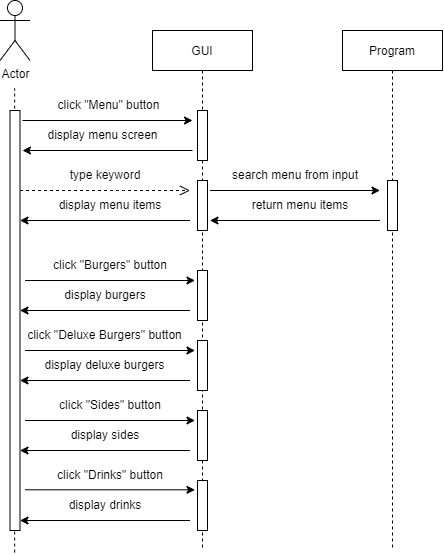
Before: diagrams/Menu Search Sequence Diagram.drawio.png, a diagram exported from draw.io (Midknightsnack/CPSC-254-Project). Source tidied: cells renumbered, new cells last; positions are measured from the earlier drawing's top-left corner, leaving out a move shared by most shapes.
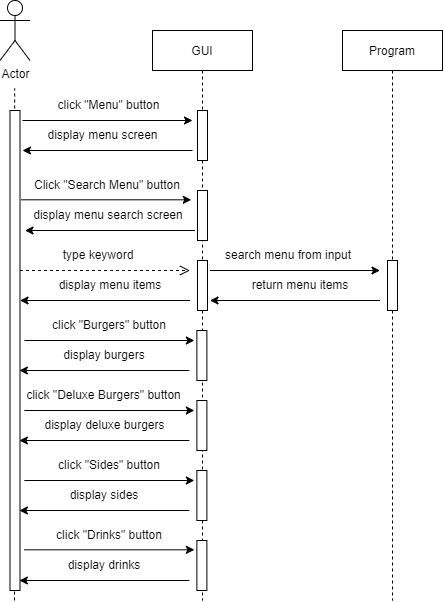
Above is the later version.

Commit message:
updating menu sequence diagram

Diff of the diagram source:
```diff
@@ -2,57 +2,78 @@
   <root>
     <mxCell id="0" />
     <mxCell id="1" parent="0" />
-    <mxCell id="2" style="endArrow=none;dashed=1;html=1;rounded=0;" parent="1" edge="1">
+    <mxCell id="2" style="endArrow=none;dashed=1;html=1;rounded=0;startArrow=none;" parent="1" edge="1">
       <mxGeometry relative="1" as="geometry">
-        <mxPoint x="14.2" y="552.1" as="sourcePoint" />
+        <mxPoint x="14" y="600" as="sourcePoint" />
         <mxPoint x="14.2" y="87.9" as="targetPoint" />
       </mxGeometry>
     </mxCell>
     <mxCell id="3" value="GUI" style="shape=umlLifeline;perimeter=lifelinePerimeter;rounded=0;shadow=0;strokeWidth=1;" parent="1" vertex="1">
-      <mxGeometry x="152" y="30" width="100" height="520" as="geometry" />
+      <mxGeometry x="152" y="30" width="100" height="570" as="geometry" />
     </mxCell>
     <mxCell id="4" style="perimeter=orthogonalPerimeter;rounded=0;shadow=0;strokeWidth=1;" parent="3" vertex="1">
-      <mxGeometry x="45" y="150" width="10" height="50" as="geometry" />
+      <mxGeometry x="45" y="230" width="10" height="50" as="geometry" />
     </mxCell>
     <mxCell id="5" style="endArrow=classic;html=1;rounded=0;" parent="3" edge="1">
       <mxGeometry relative="1" as="geometry">
-        <mxPoint x="-127.5" y="250" as="sourcePoint" />
-        <mxPoint x="42.5" y="250" as="targetPoint" />
+        <mxPoint x="-128.1" y="310" as="sourcePoint" />
+        <mxPoint x="41.9" y="310" as="targetPoint" />
       </mxGeometry>
     </mxCell>
     <mxCell id="6" style="perimeter=orthogonalPerimeter;rounded=0;shadow=0;strokeWidth=1;" parent="3" vertex="1">
-      <mxGeometry x="45" y="450" width="10" height="50" as="geometry" />
+      <mxGeometry x="44.4" y="510" width="10" height="50" as="geometry" />
     </mxCell>
     <mxCell id="7" style="endArrow=classic;html=1;rounded=0;" parent="3" edge="1">
       <mxGeometry relative="1" as="geometry">
-        <mxPoint x="37.5" y="350" as="sourcePoint" />
-        <mxPoint x="-132.5" y="350" as="targetPoint" />
+        <mxPoint x="36.9" y="410" as="sourcePoint" />
+        <mxPoint x="-133.1" y="410" as="targetPoint" />
       </mxGeometry>
     </mxCell>
     <mxCell id="8" style="endArrow=classic;html=1;rounded=0;" parent="3" edge="1">
       <mxGeometry relative="1" as="geometry">
-        <mxPoint x="37.5" y="490" as="sourcePoint" />
-        <mxPoint x="-132.5" y="490" as="targetPoint" />
+        <mxPoint x="36.9" y="550" as="sourcePoint" />
+        <mxPoint x="-133.1" y="550" as="targetPoint" />
       </mxGeometry>
     </mxCell>
     <mxCell id="9" style="perimeter=orthogonalPerimeter;rounded=0;shadow=0;strokeWidth=1;" parent="3" vertex="1">
       <mxGeometry x="45" y="80" width="10" height="50" as="geometry" />
     </mxCell>
     <mxCell id="10" style="perimeter=orthogonalPerimeter;rounded=0;shadow=0;strokeWidth=1;" parent="3" vertex="1">
-      <mxGeometry x="45" y="380" width="10" height="50" as="geometry" />
+      <mxGeometry x="44.4" y="440" width="10" height="50" as="geometry" />
     </mxCell>
     <mxCell id="11" style="perimeter=orthogonalPerimeter;rounded=0;shadow=0;strokeWidth=1;" parent="3" vertex="1">
-      <mxGeometry x="45" y="310" width="10" height="50" as="geometry" />
+      <mxGeometry x="44.4" y="370" width="10" height="50" as="geometry" />
     </mxCell>
     <mxCell id="12" style="perimeter=orthogonalPerimeter;rounded=0;shadow=0;strokeWidth=1;" parent="3" vertex="1">
-      <mxGeometry x="45" y="240" width="10" height="50" as="geometry" />
+      <mxGeometry x="44.4" y="300" width="10" height="50" as="geometry" />
     </mxCell>
+    <mxCell id="43" value="Click &quot;Search Menu&quot; button" style="text;html=1;strokeColor=none;fillColor=none;align=center;verticalAlign=middle;whiteSpace=wrap;rounded=0;" parent="3" vertex="1">
+      <mxGeometry x="-120" y="140" width="150" height="30" as="geometry" />
+    </mxCell>
+    <mxCell id="44" value="display menu search screen" style="text;html=1;strokeColor=none;fillColor=none;align=center;verticalAlign=middle;whiteSpace=wrap;rounded=0;" parent="3" vertex="1">
+      <mxGeometry x="-127.5" y="170" width="166.2" height="30" as="geometry" />
+    </mxCell>
+    <mxCell id="45" style="endArrow=classic;html=1;rounded=0;" parent="3" edge="1">
+      <mxGeometry relative="1" as="geometry">
+        <mxPoint x="-131.2" y="169.3" as="sourcePoint" />
+        <mxPoint x="38.8" y="169.3" as="targetPoint" />
+      </mxGeometry>
+    </mxCell>
+    <mxCell id="46" style="endArrow=classic;html=1;rounded=0;" parent="3" edge="1">
+      <mxGeometry relative="1" as="geometry">
+        <mxPoint x="42.5" y="200" as="sourcePoint" />
+        <mxPoint x="-127.5" y="200" as="targetPoint" />
+      </mxGeometry>
+    </mxCell>
+    <mxCell id="47" style="perimeter=orthogonalPerimeter;rounded=0;shadow=0;strokeWidth=1;" parent="3" vertex="1">
+      <mxGeometry x="45" y="160" width="10" height="50" as="geometry" />
+    </mxCell>
     <mxCell id="13" style="verticalAlign=bottom;endArrow=open;dashed=1;endSize=8;shadow=0;strokeWidth=1;" parent="1" edge="1">
       <mxGeometry x="0.09" y="126" relative="1" as="geometry">
-        <mxPoint x="19.5" y="190" as="sourcePoint" />
-        <mxPoint x="189.5" y="190" as="targetPoint" />
+        <mxPoint x="19.5" y="270" as="sourcePoint" />
+        <mxPoint x="189.5" y="270" as="targetPoint" />
         <Array as="points">
-          <mxPoint x="119.5" y="190" />
+          <mxPoint x="119.5" y="270" />
         </Array>
       </mxGeometry>
     </mxCell>
@@ -60,101 +81,93 @@
       <mxGeometry x="-0.5" width="30" height="60" as="geometry" />
     </mxCell>
     <mxCell id="15" value="type keyword" style="text;html=1;strokeColor=none;fillColor=none;align=center;verticalAlign=middle;whiteSpace=wrap;rounded=0;" parent="1" vertex="1">
-      <mxGeometry x="64.5" y="160" width="80" height="30" as="geometry" />
+      <mxGeometry x="58.2" y="240" width="80" height="30" as="geometry" />
     </mxCell>
     <mxCell id="16" style="endArrow=classic;html=1;rounded=0;" parent="1" edge="1">
       <mxGeometry relative="1" as="geometry">
-        <mxPoint x="189.5" y="220" as="sourcePoint" />
-        <mxPoint x="19.5" y="220" as="targetPoint" />
+        <mxPoint x="189.5" y="300" as="sourcePoint" />
+        <mxPoint x="19.5" y="300" as="targetPoint" />
       </mxGeometry>
     </mxCell>
     <mxCell id="17" value="display menu items" style="text;html=1;strokeColor=none;fillColor=none;align=center;verticalAlign=middle;whiteSpace=wrap;rounded=0;" parent="1" vertex="1">
-      <mxGeometry x="49.5" y="190" width="120" height="30" as="geometry" />
+      <mxGeometry x="49.5" y="270" width="120" height="30" as="geometry" />
     </mxCell>
     <mxCell id="18" value="Program" style="shape=umlLifeline;perimeter=lifelinePerimeter;rounded=0;shadow=0;strokeWidth=1;" parent="1" vertex="1">
-      <mxGeometry x="342" y="30" width="100" height="520" as="geometry" />
+      <mxGeometry x="342" y="30" width="100" height="570" as="geometry" />
     </mxCell>
     <mxCell id="19" style="perimeter=orthogonalPerimeter;rounded=0;shadow=0;strokeWidth=1;" parent="18" vertex="1">
-      <mxGeometry x="45" y="150" width="10" height="50" as="geometry" />
+      <mxGeometry x="45" y="230" width="10" height="50" as="geometry" />
     </mxCell>
     <mxCell id="20" style="endArrow=classic;html=1;rounded=0;" parent="18" edge="1">
       <mxGeometry relative="1" as="geometry">
-        <mxPoint x="37.5" y="190" as="sourcePoint" />
-        <mxPoint x="-132.5" y="190" as="targetPoint" />
+        <mxPoint x="37.5" y="270" as="sourcePoint" />
+        <mxPoint x="-132.5" y="270" as="targetPoint" />
       </mxGeometry>
     </mxCell>
     <mxCell id="21" style="endArrow=classic;html=1;rounded=0;" parent="1" edge="1">
       <mxGeometry relative="1" as="geometry">
-        <mxPoint x="209.5" y="190" as="sourcePoint" />
-        <mxPoint x="379.5" y="190" as="targetPoint" />
+        <mxPoint x="209.5" y="270" as="sourcePoint" />
+        <mxPoint x="379.5" y="270" as="targetPoint" />
       </mxGeometry>
     </mxCell>
     <mxCell id="22" value="search menu from input" style="text;html=1;strokeColor=none;fillColor=none;align=center;verticalAlign=middle;whiteSpace=wrap;rounded=0;" parent="1" vertex="1">
-      <mxGeometry x="229.5" y="160" width="130" height="30" as="geometry" />
+      <mxGeometry x="223.2" y="240" width="130" height="30" as="geometry" />
     </mxCell>
     <mxCell id="23" value="return menu items" style="text;html=1;strokeColor=none;fillColor=none;align=center;verticalAlign=middle;whiteSpace=wrap;rounded=0;" parent="1" vertex="1">
-      <mxGeometry x="239.5" y="190" width="120" height="30" as="geometry" />
+      <mxGeometry x="239.5" y="270" width="120" height="30" as="geometry" />
     </mxCell>
-    <mxCell id="24" style="endArrow=none;dashed=1;html=1;dashPattern=1 3;strokeWidth=2;rounded=0;startArrow=none;" parent="1" edge="1" source="25">
-      <mxGeometry relative="1" as="geometry">
-        <mxPoint x="14.5" y="230" as="targetPoint" />
-      </mxGeometry>
-    </mxCell>
-    <mxCell id="25" style="points=[];perimeter=orthogonalPerimeter;rounded=0;shadow=0;strokeWidth=1;" parent="1" vertex="1">
-      <mxGeometry x="9.5" y="110" width="10" height="420" as="geometry" />
-    </mxCell>
     <mxCell id="26" value="click &quot;Burgers&quot; button" style="text;html=1;strokeColor=none;fillColor=none;align=center;verticalAlign=middle;whiteSpace=wrap;rounded=0;" parent="1" vertex="1">
-      <mxGeometry x="44.5" y="250" width="130" height="30" as="geometry" />
+      <mxGeometry x="43.9" y="310" width="130" height="30" as="geometry" />
     </mxCell>
     <mxCell id="27" value="display burgers" style="text;html=1;strokeColor=none;fillColor=none;align=center;verticalAlign=middle;whiteSpace=wrap;rounded=0;" parent="1" vertex="1">
-      <mxGeometry x="44.5" y="280" width="120" height="30" as="geometry" />
+      <mxGeometry x="43.9" y="340" width="120" height="30" as="geometry" />
     </mxCell>
     <mxCell id="28" style="endArrow=classic;html=1;rounded=0;" parent="1" edge="1">
       <mxGeometry relative="1" as="geometry">
-        <mxPoint x="189.5" y="310" as="sourcePoint" />
-        <mxPoint x="19.5" y="310" as="targetPoint" />
+        <mxPoint x="188.9" y="370" as="sourcePoint" />
+        <mxPoint x="18.9" y="370" as="targetPoint" />
       </mxGeometry>
     </mxCell>
     <mxCell id="29" value="click &quot;Deluxe Burgers&quot; button" style="text;html=1;strokeColor=none;fillColor=none;align=center;verticalAlign=middle;whiteSpace=wrap;rounded=0;" parent="1" vertex="1">
-      <mxGeometry x="22" y="320" width="165" height="30" as="geometry" />
+      <mxGeometry x="21.4" y="380" width="165" height="30" as="geometry" />
     </mxCell>
     <mxCell id="30" value="display deluxe burgers" style="text;html=1;strokeColor=none;fillColor=none;align=center;verticalAlign=middle;whiteSpace=wrap;rounded=0;" parent="1" vertex="1">
-      <mxGeometry x="38.2" y="350" width="132.5" height="30" as="geometry" />
+      <mxGeometry x="37.6" y="410" width="132.5" height="30" as="geometry" />
     </mxCell>
     <mxCell id="31" value="click &quot;Sides&quot; button" style="text;html=1;strokeColor=none;fillColor=none;align=center;verticalAlign=middle;whiteSpace=wrap;rounded=0;" parent="1" vertex="1">
-      <mxGeometry x="44.5" y="390" width="130" height="30" as="geometry" />
+      <mxGeometry x="43.9" y="450" width="130" height="30" as="geometry" />
     </mxCell>
     <mxCell id="32" value="display sides" style="text;html=1;strokeColor=none;fillColor=none;align=center;verticalAlign=middle;whiteSpace=wrap;rounded=0;" parent="1" vertex="1">
-      <mxGeometry x="44.5" y="420" width="120" height="30" as="geometry" />
+      <mxGeometry x="43.9" y="480" width="120" height="30" as="geometry" />
     </mxCell>
     <mxCell id="33" value="click &quot;Drinks&quot; button" style="text;html=1;strokeColor=none;fillColor=none;align=center;verticalAlign=middle;whiteSpace=wrap;rounded=0;" parent="1" vertex="1">
-      <mxGeometry x="44.5" y="460" width="130" height="30" as="geometry" />
+      <mxGeometry x="43.9" y="520" width="130" height="30" as="geometry" />
     </mxCell>
     <mxCell id="34" value="display drinks" style="text;html=1;strokeColor=none;fillColor=none;align=center;verticalAlign=middle;whiteSpace=wrap;rounded=0;" parent="1" vertex="1">
-      <mxGeometry x="44.5" y="490" width="120" height="30" as="geometry" />
+      <mxGeometry x="43.9" y="550" width="120" height="30" as="geometry" />
     </mxCell>
     <mxCell id="35" style="endArrow=classic;html=1;rounded=0;" parent="1" edge="1">
       <mxGeometry relative="1" as="geometry">
-        <mxPoint x="24.5" y="350" as="sourcePoint" />
-        <mxPoint x="194.5" y="350" as="targetPoint" />
+        <mxPoint x="23.9" y="410" as="sourcePoint" />
+        <mxPoint x="193.9" y="410" as="targetPoint" />
       </mxGeometry>
     </mxCell>
     <mxCell id="36" style="endArrow=classic;html=1;rounded=0;" parent="1" edge="1">
       <mxGeometry relative="1" as="geometry">
-        <mxPoint x="24.5" y="420" as="sourcePoint" />
-        <mxPoint x="194.5" y="420" as="targetPoint" />
+        <mxPoint x="23.9" y="480" as="sourcePoint" />
+        <mxPoint x="193.9" y="480" as="targetPoint" />
       </mxGeometry>
     </mxCell>
     <mxCell id="37" style="endArrow=classic;html=1;rounded=0;" parent="1" edge="1">
       <mxGeometry relative="1" as="geometry">
-        <mxPoint x="24.5" y="489.3" as="sourcePoint" />
-        <mxPoint x="194.5" y="489.3" as="targetPoint" />
+        <mxPoint x="23.9" y="549.3" as="sourcePoint" />
+        <mxPoint x="193.9" y="549.3" as="targetPoint" />
       </mxGeometry>
     </mxCell>
     <mxCell id="38" style="endArrow=classic;html=1;rounded=0;" parent="1" edge="1">
       <mxGeometry relative="1" as="geometry">
-        <mxPoint x="189.5" y="450" as="sourcePoint" />
-        <mxPoint x="19.5" y="450" as="targetPoint" />
+        <mxPoint x="188.9" y="510" as="sourcePoint" />
+        <mxPoint x="18.9" y="510" as="targetPoint" />
       </mxGeometry>
     </mxCell>
     <mxCell id="39" style="endArrow=classic;html=1;rounded=0;" parent="1" edge="1">
@@ -175,5 +188,8 @@
     <mxCell id="42" value="display menu screen" style="text;html=1;strokeColor=none;fillColor=none;align=center;verticalAlign=middle;whiteSpace=wrap;rounded=0;" parent="1" vertex="1">
       <mxGeometry x="44.5" y="120" width="115" height="30" as="geometry" />
     </mxCell>
+    <mxCell id="25" style="points=[];perimeter=orthogonalPerimeter;rounded=0;shadow=0;strokeWidth=1;" parent="1" vertex="1">
+      <mxGeometry x="9.5" y="110" width="10" height="480" as="geometry" />
+    </mxCell>
   </root>
 </mxGraphModel>
```
